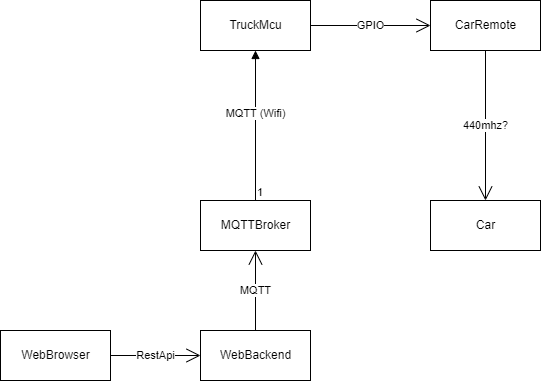
martinpartin/NodeTruck keeps this draw.io diagram as docs/arkitektur.drawio.png. Above is the earlier version. Source tidied: cells renumbered, new cells last; positions are measured from the earlier drawing's top-left corner, leaving out a move shared by most shapes.
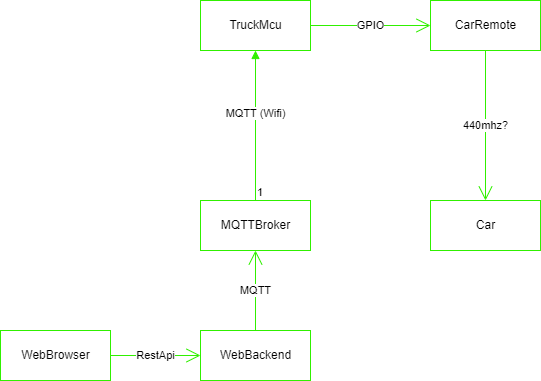
The same diagram one commit later.

What changed in the source:
```diff
@@ -2,43 +2,43 @@
   <root>
     <mxCell id="0" />
     <mxCell id="1" parent="0" />
-    <mxCell id="2" value="TruckMcu" style="html=1;" parent="1" vertex="1">
+    <mxCell id="2" value="TruckMcu" style="html=1;strokeColor=#30F000;" parent="1" vertex="1">
       <mxGeometry x="200" width="110" height="50" as="geometry" />
     </mxCell>
-    <mxCell id="3" value="MQTTBroker" style="html=1;" parent="1" vertex="1">
+    <mxCell id="3" value="MQTTBroker" style="html=1;strokeColor=#30F000;" parent="1" vertex="1">
       <mxGeometry x="200" y="200" width="110" height="50" as="geometry" />
     </mxCell>
-    <mxCell id="4" style="endArrow=block;endFill=1;html=1;edgeStyle=orthogonalEdgeStyle;align=left;verticalAlign=top;entryX=0.5;entryY=1;entryDx=0;entryDy=0;exitX=0.5;exitY=0;exitDx=0;exitDy=0;" parent="1" edge="1" source="3" target="2">
+    <mxCell id="4" style="endArrow=block;endFill=1;html=1;edgeStyle=orthogonalEdgeStyle;align=left;verticalAlign=top;entryX=0.5;entryY=1;entryDx=0;entryDy=0;exitX=0.5;exitY=0;exitDx=0;exitDy=0;strokeColor=#30F000;" parent="1" edge="1" source="3" target="2">
       <mxGeometry x="-1" relative="1" as="geometry" />
     </mxCell>
-    <mxCell id="5" value="1" style="edgeLabel;html=1;align=left;verticalAlign=bottom;" parent="4" vertex="1">
+    <mxCell id="5" value="1" style="edgeLabel;html=1;align=left;verticalAlign=bottom;strokeColor=#30F000;" parent="4" vertex="1">
       <mxGeometry x="-1" relative="1" as="geometry" />
     </mxCell>
-    <mxCell id="6" value="MQTT (Wifi)" style="edgeLabel;html=1;align=center;verticalAlign=middle;" parent="4" vertex="1">
+    <mxCell id="6" value="MQTT (Wifi)" style="edgeLabel;html=1;align=center;verticalAlign=middle;strokeColor=#30F000;" parent="4" vertex="1">
       <mxGeometry x="0.17" y="1" relative="1" as="geometry" />
     </mxCell>
-    <mxCell id="7" value="WebBackend" style="html=1;" parent="1" vertex="1">
+    <mxCell id="7" value="WebBackend" style="html=1;strokeColor=#30F000;" parent="1" vertex="1">
       <mxGeometry x="200" y="330" width="110" height="50" as="geometry" />
     </mxCell>
-    <mxCell id="8" value="MQTT" style="endArrow=open;endFill=1;endSize=12;html=1;exitX=0.5;exitY=0;exitDx=0;exitDy=0;entryX=0.5;entryY=1;entryDx=0;entryDy=0;" parent="1" edge="1" source="7" target="3">
+    <mxCell id="8" value="MQTT" style="endArrow=open;endFill=1;endSize=12;html=1;exitX=0.5;exitY=0;exitDx=0;exitDy=0;entryX=0.5;entryY=1;entryDx=0;entryDy=0;strokeColor=#30F000;" parent="1" edge="1" source="7" target="3">
       <mxGeometry relative="1" as="geometry" />
     </mxCell>
-    <mxCell id="9" value="WebBrowser" style="html=1;" parent="1" vertex="1">
+    <mxCell id="9" value="WebBrowser" style="html=1;strokeColor=#30F000;" parent="1" vertex="1">
       <mxGeometry y="330" width="110" height="50" as="geometry" />
     </mxCell>
-    <mxCell id="10" value="RestApi" style="endArrow=open;endFill=1;endSize=12;html=1;exitX=1;exitY=0.5;exitDx=0;exitDy=0;" parent="1" edge="1" source="9" target="7">
+    <mxCell id="10" value="RestApi" style="endArrow=open;endFill=1;endSize=12;html=1;exitX=1;exitY=0.5;exitDx=0;exitDy=0;strokeColor=#30F000;" parent="1" edge="1" source="9" target="7">
       <mxGeometry relative="1" as="geometry" />
     </mxCell>
-    <mxCell id="11" value="CarRemote" style="html=1;" parent="1" vertex="1">
+    <mxCell id="11" value="CarRemote" style="html=1;strokeColor=#30F000;" parent="1" vertex="1">
       <mxGeometry x="430" width="110" height="50" as="geometry" />
     </mxCell>
-    <mxCell id="12" value="Car" style="html=1;" parent="1" vertex="1">
+    <mxCell id="12" value="Car" style="html=1;strokeColor=#30F000;" parent="1" vertex="1">
       <mxGeometry x="430" y="200" width="110" height="50" as="geometry" />
     </mxCell>
-    <mxCell id="13" value="GPIO" style="endArrow=open;endFill=1;endSize=12;html=1;exitX=1;exitY=0.5;exitDx=0;exitDy=0;entryX=0;entryY=0.5;entryDx=0;entryDy=0;" parent="1" edge="1" source="2" target="11">
+    <mxCell id="13" value="GPIO" style="endArrow=open;endFill=1;endSize=12;html=1;exitX=1;exitY=0.5;exitDx=0;exitDy=0;entryX=0;entryY=0.5;entryDx=0;entryDy=0;strokeColor=#30F000;" parent="1" edge="1" source="2" target="11">
       <mxGeometry relative="1" as="geometry" />
     </mxCell>
-    <mxCell id="14" value="440mhz?" style="endArrow=open;endFill=1;endSize=12;html=1;exitX=0.5;exitY=1;exitDx=0;exitDy=0;entryX=0.5;entryY=0;entryDx=0;entryDy=0;" parent="1" edge="1" source="11" target="12">
+    <mxCell id="14" value="440mhz?" style="endArrow=open;endFill=1;endSize=12;html=1;exitX=0.5;exitY=1;exitDx=0;exitDy=0;entryX=0.5;entryY=0;entryDx=0;entryDy=0;strokeColor=#30F000;" parent="1" edge="1" source="11" target="12">
       <mxGeometry relative="1" as="geometry" />
     </mxCell>
   </root>
```
